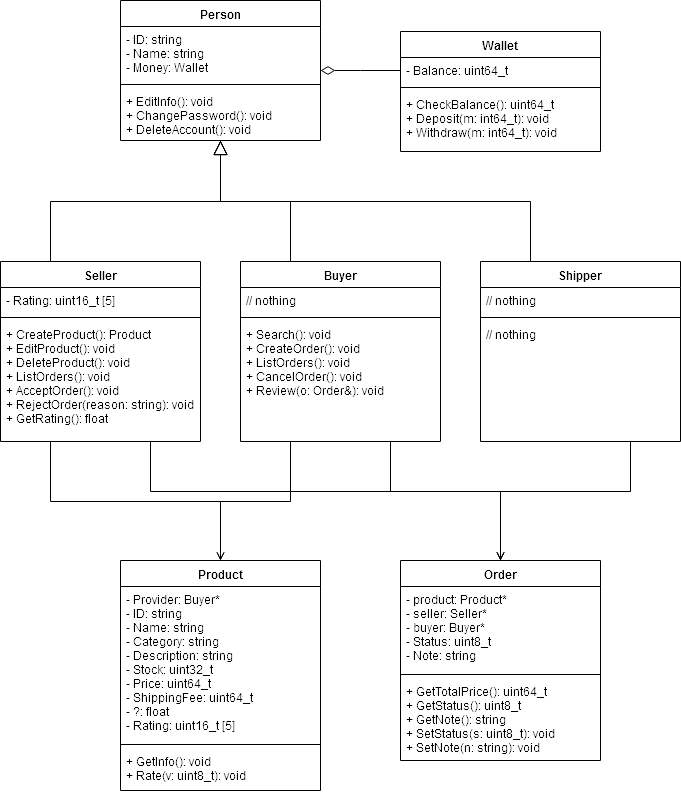
Above: docs/ClassDiagram.png in 84436/LTHDT-18CLC6-Group17 (draw.io), before the change. Source tidied: cells renumbered, new cells last; positions are measured from the earlier drawing's top-left corner, leaving out a move shared by most shapes.
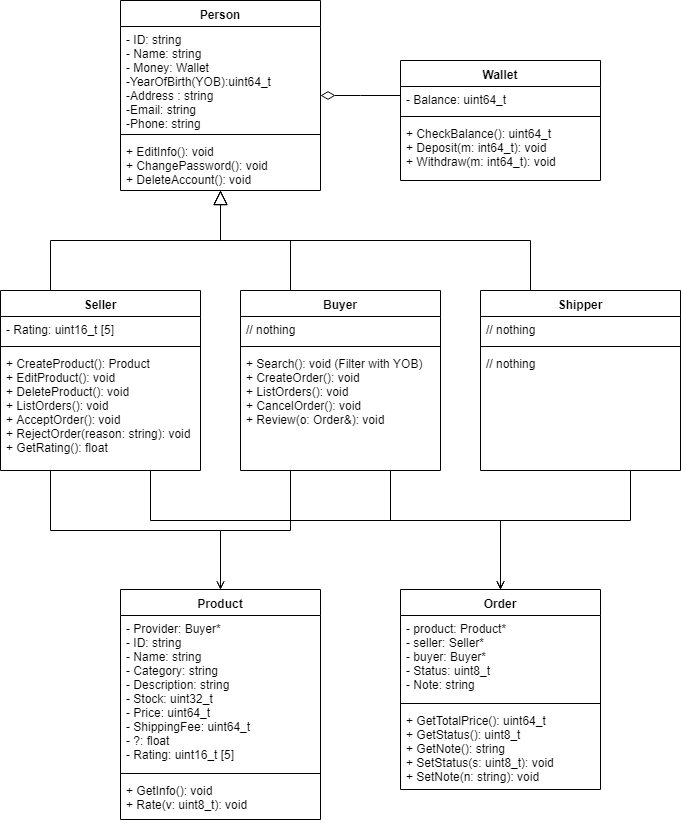
Above is the later version.

Commit message:
Edit Diagram, Wallet

What changed in the source:
```diff
@@ -3,16 +3,16 @@
     <mxCell id="0" />
     <mxCell id="1" parent="0" />
     <mxCell id="2" value="Person" style="swimlane;fontStyle=1;align=center;verticalAlign=top;horizontal=1;startSize=26;" parent="1" vertex="1">
-      <mxGeometry x="120" width="200" height="140" as="geometry" />
+      <mxGeometry x="120" y="-29" width="200" height="190" as="geometry" />
     </mxCell>
-    <mxCell id="3" value="- ID: string&#10;- Name: string&#10;- Money: Wallet&#10;" style="text;strokeColor=none;fillColor=none;align=left;verticalAlign=top;spacingLeft=4;spacingRight=4;overflow=hidden;" parent="2" vertex="1">
-      <mxGeometry y="26" width="200" height="54" as="geometry" />
+    <mxCell id="3" value="- ID: string&#10;- Name: string&#10;- Money: Wallet&#10;-YearOfBirth(YOB):uint64_t&#10;-Address : string&#10;-Email: string&#10;-Phone: string" style="text;strokeColor=none;fillColor=none;align=left;verticalAlign=top;spacingLeft=4;spacingRight=4;overflow=hidden;" parent="2" vertex="1">
+      <mxGeometry y="26" width="200" height="104" as="geometry" />
     </mxCell>
     <mxCell id="4" style="line;strokeWidth=1;fillColor=none;align=left;verticalAlign=middle;spacingTop=-1;spacingLeft=3;spacingRight=3;labelPosition=right;" parent="2" vertex="1">
-      <mxGeometry y="80" width="200" height="8" as="geometry" />
+      <mxGeometry y="130" width="200" height="8" as="geometry" />
     </mxCell>
     <mxCell id="5" value="+ EditInfo(): void&#10;+ ChangePassword(): void&#10;+ DeleteAccount(): void&#10;" style="text;strokeColor=none;fillColor=none;align=left;verticalAlign=top;spacingLeft=4;spacingRight=4;overflow=hidden;" parent="2" vertex="1">
-      <mxGeometry y="88" width="200" height="52" as="geometry" />
+      <mxGeometry y="138" width="200" height="52" as="geometry" />
     </mxCell>
     <mxCell id="6" style="edgeStyle=elbowEdgeStyle;rounded=0;jumpSize=6;jettySize=auto;elbow=vertical;html=1;exitX=0.25;exitY=0;exitDx=0;exitDy=0;endArrow=block;endFill=0;endSize=12;strokeWidth=1;" parent="1" edge="1" source="9" target="2">
       <mxGeometry relative="1" as="geometry" />
@@ -36,7 +36,7 @@
     <mxCell id="11" style="line;strokeWidth=1;fillColor=none;align=left;verticalAlign=middle;spacingTop=-1;spacingLeft=3;spacingRight=3;labelPosition=right;" parent="9" vertex="1">
       <mxGeometry y="52" width="200" height="8" as="geometry" />
     </mxCell>
-    <mxCell id="12" value="+ Search(): void&#10;+ CreateOrder(): void&#10;+ ListOrders(): void&#10;+ CancelOrder(): void&#10;+ Review(o: Order&amp;): void" style="text;strokeColor=none;fillColor=none;align=left;verticalAlign=top;spacingLeft=4;spacingRight=4;overflow=hidden;" parent="9" vertex="1">
+    <mxCell id="12" value="+ Search(): void (Filter with YOB)&#10;+ CreateOrder(): void&#10;+ ListOrders(): void&#10;+ CancelOrder(): void&#10;+ Review(o: Order&amp;): void" style="text;strokeColor=none;fillColor=none;align=left;verticalAlign=top;spacingLeft=4;spacingRight=4;overflow=hidden;" parent="9" vertex="1">
       <mxGeometry y="60" width="200" height="120" as="geometry" />
     </mxCell>
     <mxCell id="13" style="edgeStyle=elbowEdgeStyle;rounded=0;jumpSize=6;jettySize=auto;elbow=vertical;html=1;exitX=0.25;exitY=0;exitDx=0;exitDy=0;endArrow=block;endFill=0;endSize=12;strokeWidth=1;" parent="1" edge="1" source="16" target="2">
```
